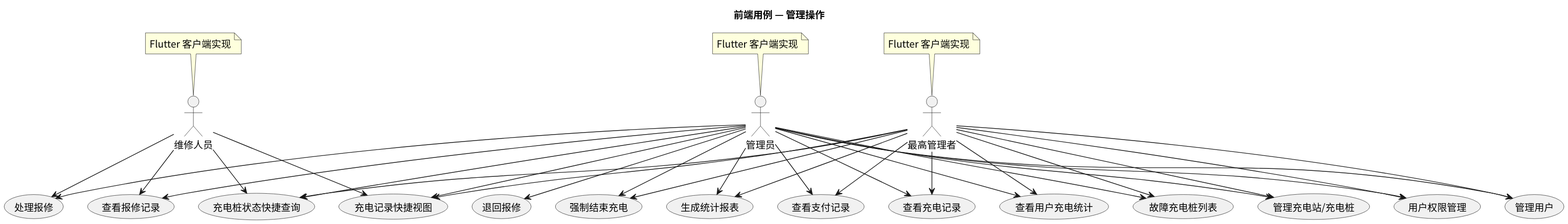
The PlantUML diagram usecase/docs/frontend/img/frontend_admin_usecases.svg in greenhandzdl/charging-station-doc, before a commit.
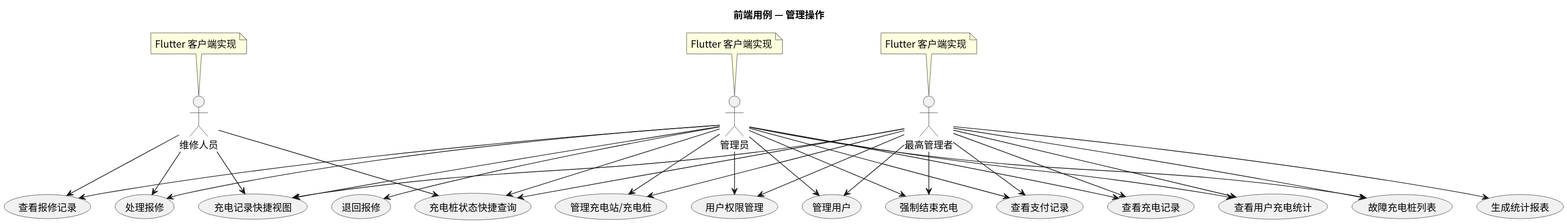
After the change.

The edit, as a diff of the source:
```diff
@@ -33,7 +33,6 @@
 A --> PM
 A --> MU
 A --> FSC
-A --> GS
 A --> QC
 A --> QV
 A --> VCR
```
